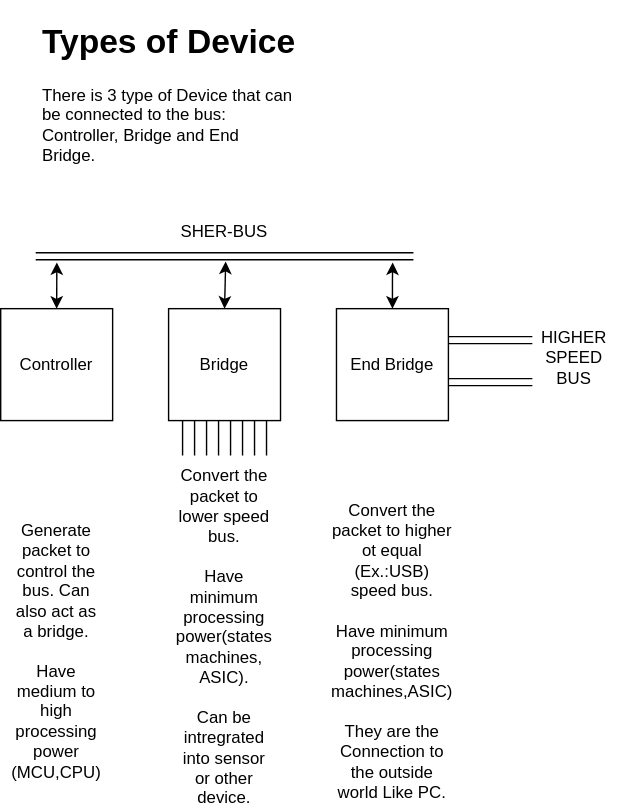
Above: Controller_Bridge.svg in cdg66/BUS_figures (draw.io), before the change. Source tidied: cells renumbered, new cells last; positions are measured from the earlier drawing's top-left corner, leaving out a move shared by most shapes.
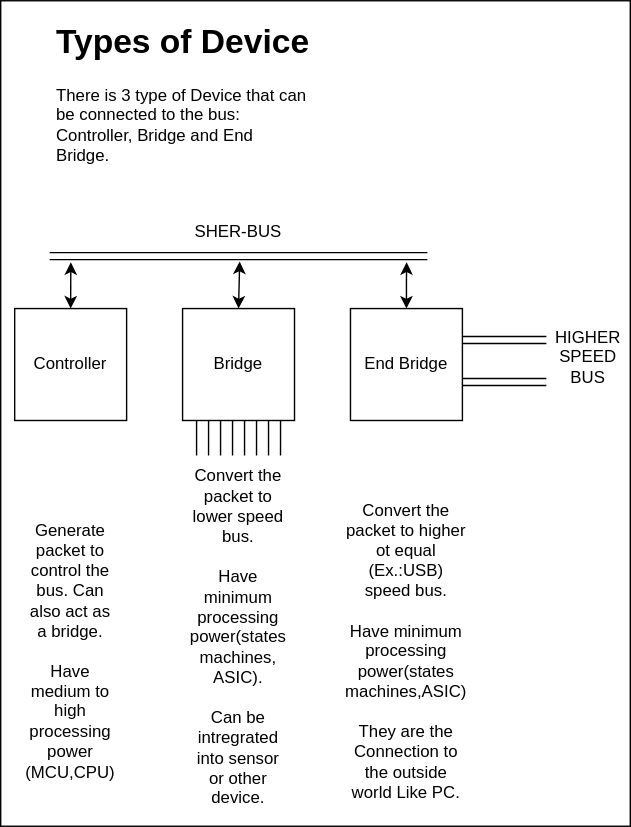
The same diagram one commit later.

Diff of the diagram source:
```diff
@@ -2,6 +2,9 @@
   <root>
     <mxCell id="0" />
     <mxCell id="1" parent="0" />
+    <mxCell id="18" style="rounded=0;whiteSpace=wrap;html=1;" parent="1" vertex="1">
+      <mxGeometry x="-10" y="-10" width="450" height="590" as="geometry" />
+    </mxCell>
     <mxCell id="2" value="Controller" style="whiteSpace=wrap;html=1;" parent="1" vertex="1">
       <mxGeometry y="210" width="80" height="80" as="geometry" />
     </mxCell>
```
